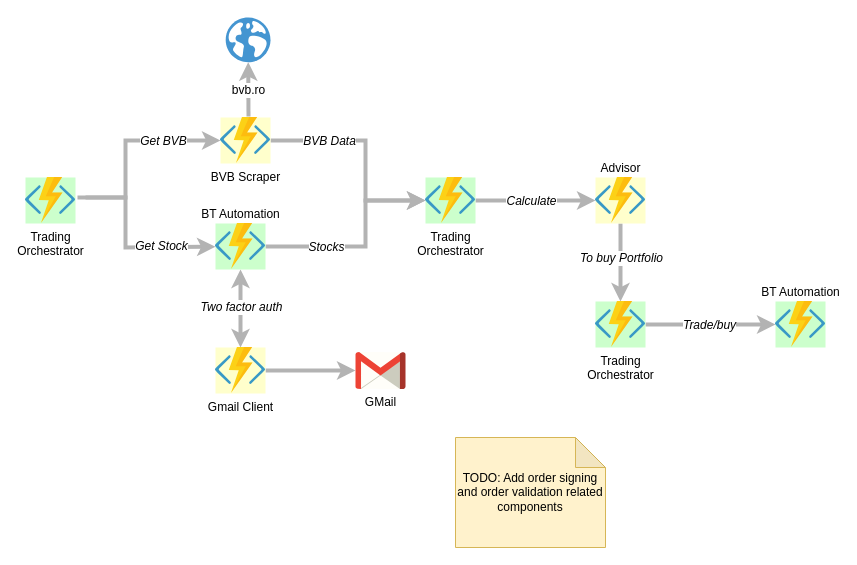
Above: docs/components architecture.drawio in coosmiin/BVBScraper (draw.io), before the change. Source tidied: cells renumbered, new cells numbered last; positions are measured from the earlier drawing's top-left corner, leaving out a move shared by most shapes. Both pictures are drawn from the tidied source at 100%, with x=0, y=0 at pixel (25, 17).
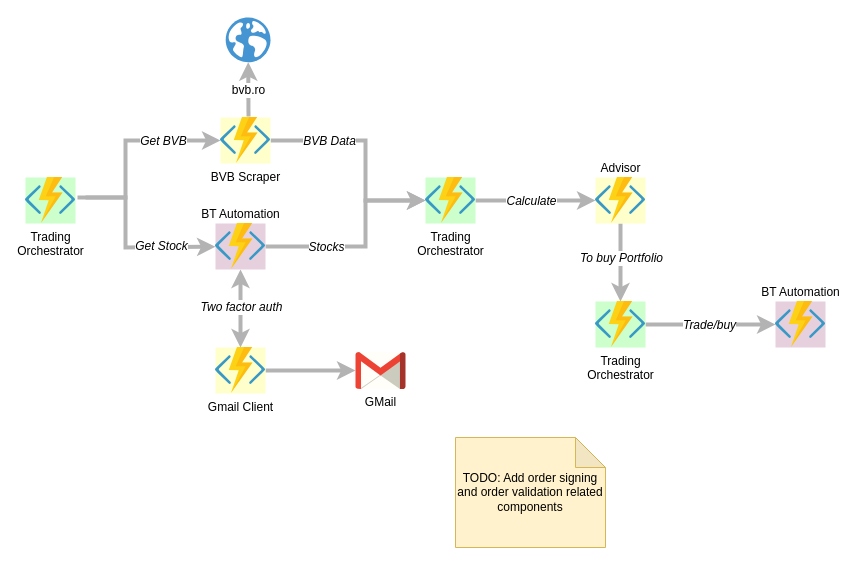
After the change.

Commit message:
Reflect that BT Automation funcs are not an orchestrator

What changed in the source:
```diff
@@
-    <mxCell id="10" value="BT Automation" style="html=1;points=[];align=center;image;fontSize=12;image=img/lib/mscae/Functions.svg;imageBackground=#CCFFCC;noLabel=0;labelPosition=center;verticalLabelPosition=top;verticalAlign=bottom;" parent="1" vertex="1">
+    <mxCell id="10" value="BT Automation" style="html=1;points=[];align=center;image;fontSize=12;image=img/lib/mscae/Functions.svg;imageBackground=#E6D0DE;noLabel=0;labelPosition=center;verticalLabelPosition=top;verticalAlign=bottom;" parent="1" vertex="1">
       <mxGeometry x="190" y="206" width="50" height="46" as="geometry" />
     </mxCell>
@@
-    <mxCell id="30" value="BT Automation" style="html=1;points=[];align=center;image;fontSize=12;image=img/lib/mscae/Functions.svg;imageBackground=#CCFFCC;noLabel=0;labelPosition=center;verticalLabelPosition=top;verticalAlign=bottom;" parent="1" vertex="1">
+    <mxCell id="30" value="BT Automation" style="html=1;points=[];align=center;image;fontSize=12;image=img/lib/mscae/Functions.svg;imageBackground=#E6D0DE;noLabel=0;labelPosition=center;verticalLabelPosition=top;verticalAlign=bottom;" parent="1" vertex="1">
       <mxGeometry x="750" y="284" width="50" height="46" as="geometry" />
     </mxCell>
```
